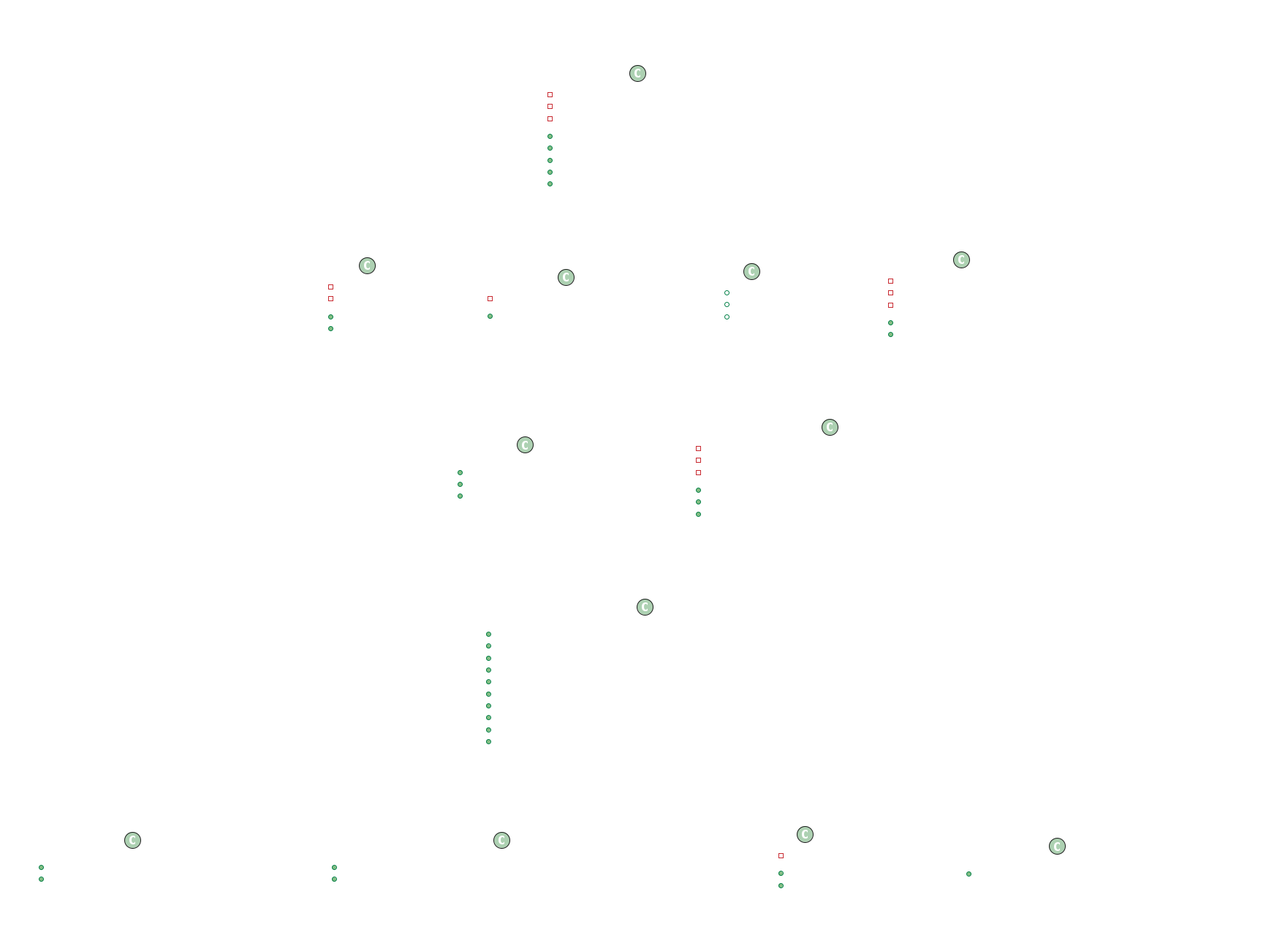
Earlier version of the PlantUML export docs/media/react_app_package.png (INTO-CPS-Association/into-cps-application).
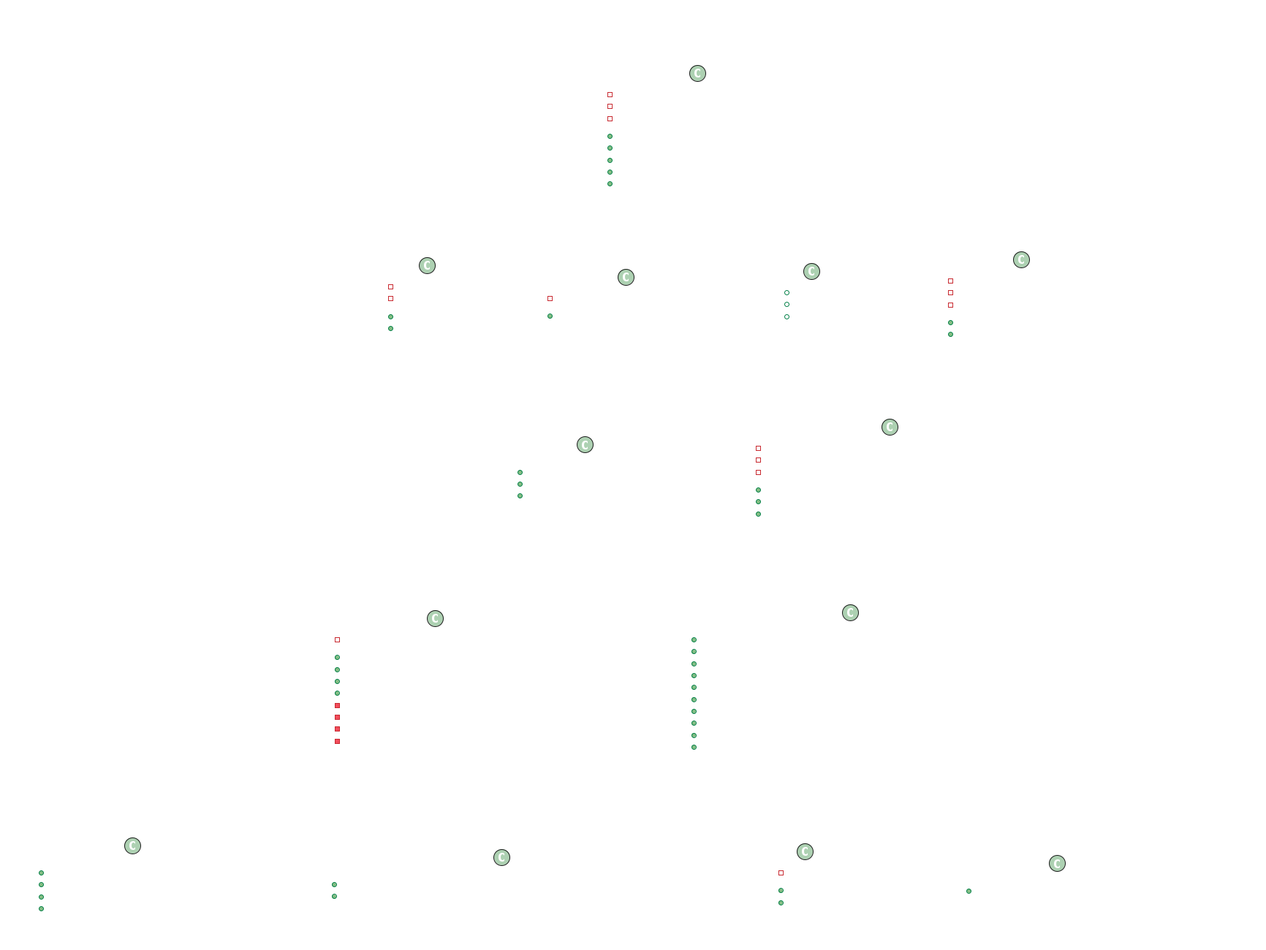
The same file after the commit.

What changed in the source:
```diff
@@ -100,6 +100,8 @@
         class MaestroUtils {
             + isPortInUse(port: number): Promise<boolean>
             + killProcessOnPort(port: number): Promise<void>
+            + getReadableTimestamp(): string
+            + getJavaCommand(): string
         }
 
         class ErrorHandler {
@@ -115,6 +117,20 @@
 
         class MenuManager {
             + updateCosimulationMenu(enabled: boolean): void
+        }
+    }
+
+    package "MaestroManager" {
+        class MaestroManager {
+            + startMaestro(): Promise<MaestroResponse>
+            + stopMaestro(): Promise<void>
+            + startSimulation(): Promise<void>
+            + getSimulationResult(sessionId: string): Promise<string>
+            - extractMaestroJar(): void
+            - sendSimulationStatus(status: string): void
+            - initializeLoggingFile(type: string): string | null
+            - safeWrite(stream, message, type): void
+            - isStartSimulationRunning: boolean
         }
     }
 
@@ -137,4 +153,10 @@
     CosimulationAPI --> MenuManager : «UI update»
     CosimulationAPI --> ErrorHandler : «error management»
 
+    MaestroManager --> MaestroUtils : «uses»
+    MaestroManager --> SimulationContext : «session management»
+    MaestroManager --> ErrorHandler : «error handling»
+    MaestroManager --> MenuManager : «UI update»
+}
+
 @enduml
```
